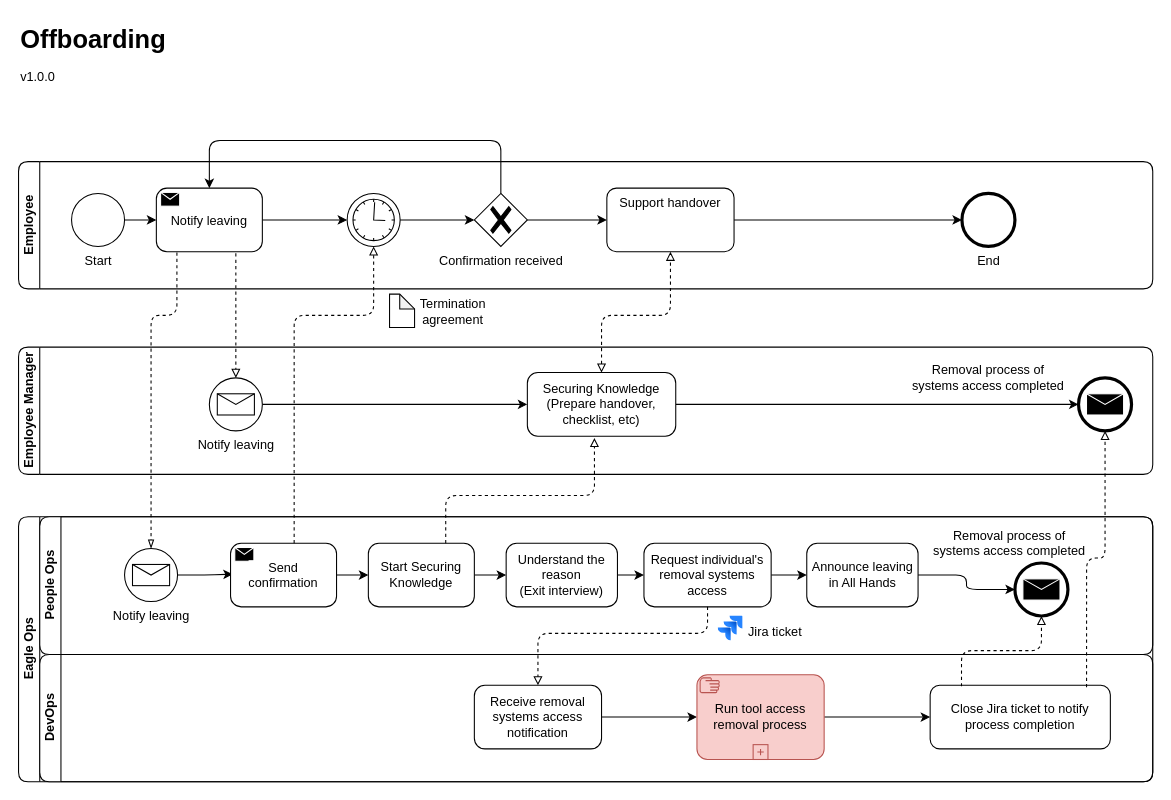
Earlier version of the draw.io diagram page "Offboarding" (1 of 6) of diagrams/eagleops-proc.drawio (chilcano/how-tos). Source tidied: cells renumbered, new cells numbered last; positions are measured from the earlier drawing's top-left corner, leaving out a move shared by most shapes. Both pictures are drawn from the tidied source at 106%, with x=0, y=0 at pixel (18, 18).
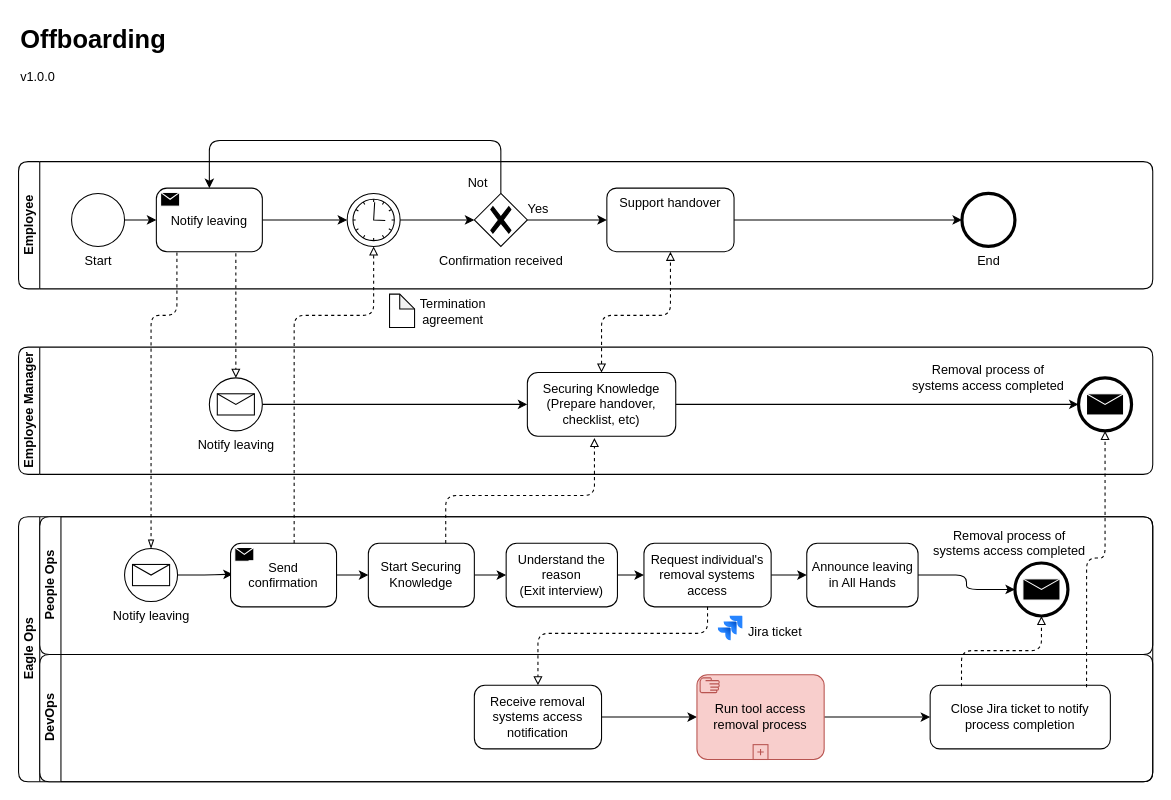
Above is the later version.

Commit message (it also covers changes not shown here):
chore(processes): export svg from offboarding

The change refers to these unchanged cells:
```xml
<mxCell id="28" value="&lt;div&gt;Employee&lt;/div&gt;" style="swimlane;startSize=20;horizontal=0;html=1;whiteSpace=wrap;rounded=1;" parent="1" vertex="1">
  <mxGeometry y="135" width="1070" height="120" as="geometry" />
</mxCell>
```

What changed in the source:
```diff
@@
+    <mxCell id="58" value="Not" style="text;html=1;align=center;verticalAlign=middle;strokeColor=none;fillColor=none;" parent="28" vertex="1">
+      <mxGeometry x="413" y="5" width="40" height="30" as="geometry" />
+    </mxCell>
@@
+    <mxCell id="59" value="Yes" style="text;html=1;align=center;verticalAlign=middle;strokeColor=none;fillColor=none;" parent="1" vertex="1">
+      <mxGeometry x="470" y="165" width="40" height="30" as="geometry" />
+    </mxCell>
```
